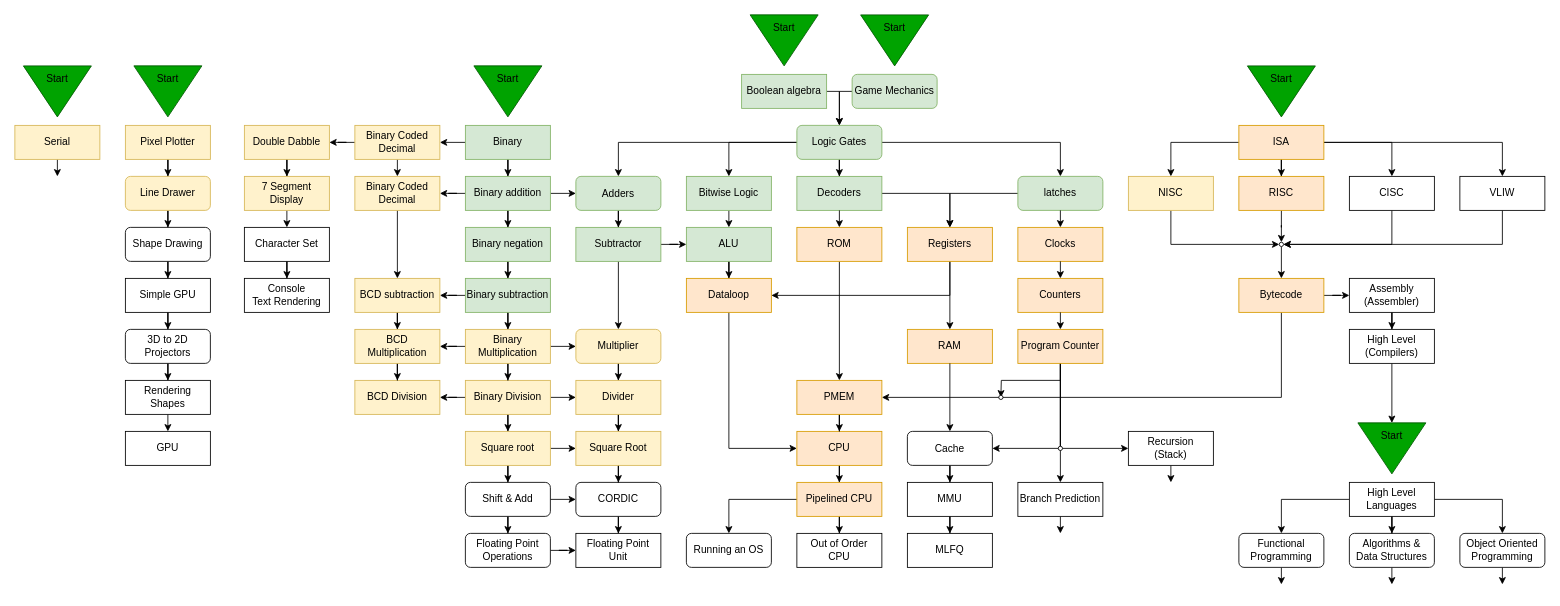
Before: page "Knowledge Map" (1 of 5) of Lesson Diagram.drawio in Kuggo/UnivOREsity, a draw.io diagram. Source tidied: cells renumbered, new cells numbered last; positions are measured from the earlier drawing's top-left corner, leaving out a move shared by most shapes. Both pictures are drawn from the tidied source at 85%, with x=0, y=0 at pixel (14, 6).
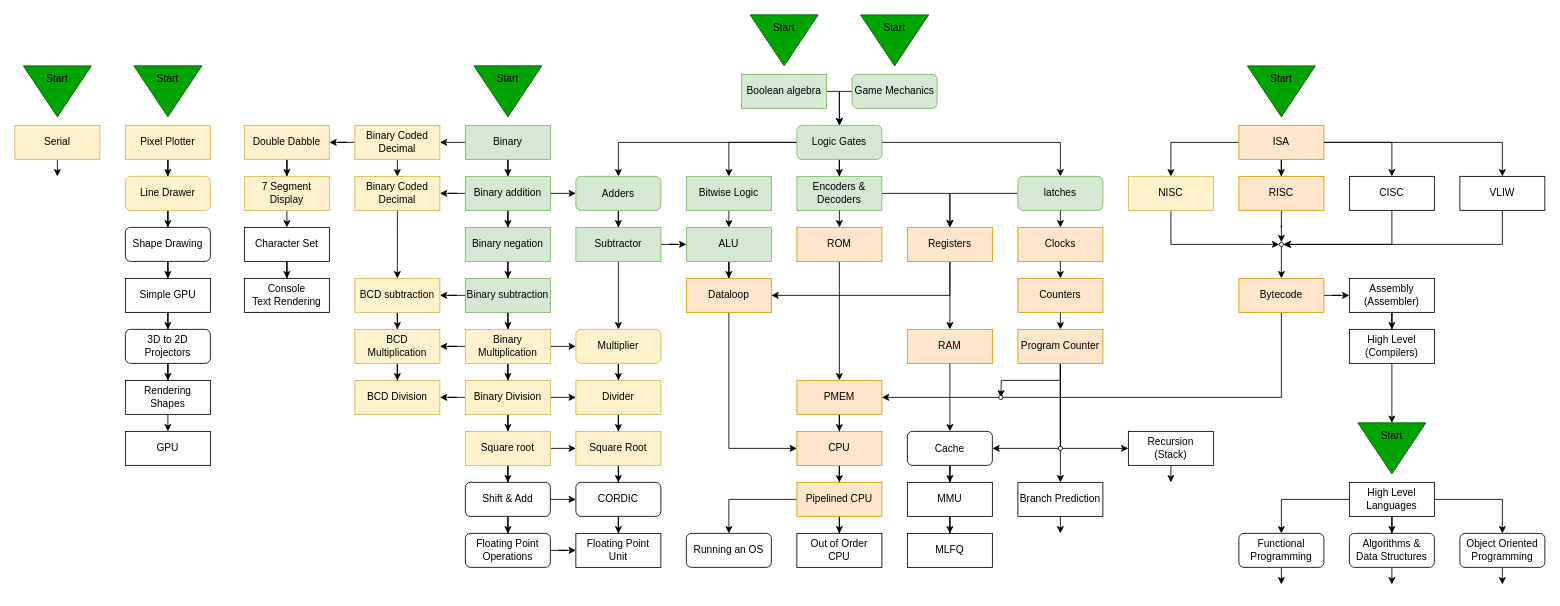
The same diagram, later.

Diff of the diagram source:
```diff
@@
-    <mxCell id="26" value="Decoders" style="rounded=0;whiteSpace=wrap;html=1;fillColor=#d5e8d4;strokeColor=#82b366;" parent="1" vertex="1">
+    <mxCell id="26" value="Encoders &amp;amp;&lt;br&gt;Decoders" style="rounded=0;whiteSpace=wrap;html=1;fillColor=#d5e8d4;strokeColor=#82b366;" parent="1" vertex="1">
       <mxGeometry x="920" y="200" width="100" height="40" as="geometry" />
     </mxCell>
```
